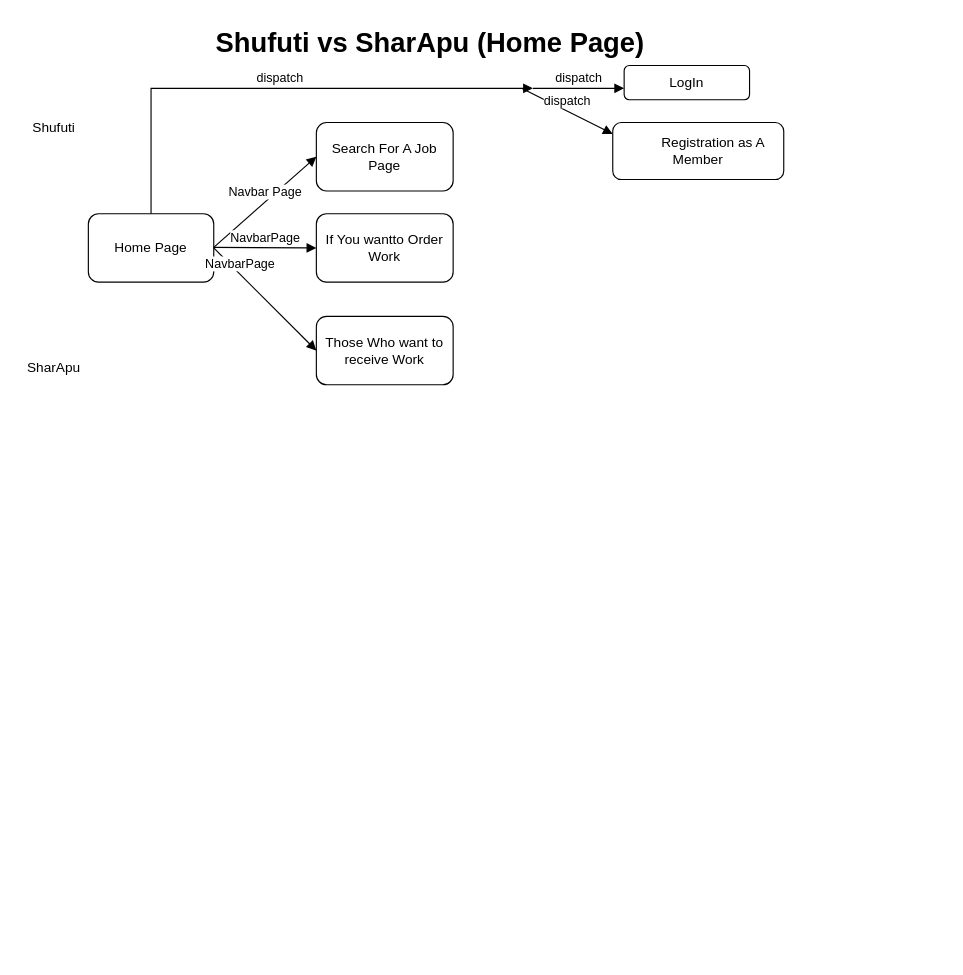
Above: System Comparison - Shufuti vs SharApu/Untitled Diagram.drawio in SumaiyaTarannumNoor/SharApu-Job-Portal (draw.io), before the change. Source tidied: cells renumbered, new cells numbered last; positions are measured from the earlier drawing's top-left corner, leaving out a move shared by most shapes. Both pictures are drawn from the tidied source at 114%, with x=0, y=0 at pixel (19, 19).
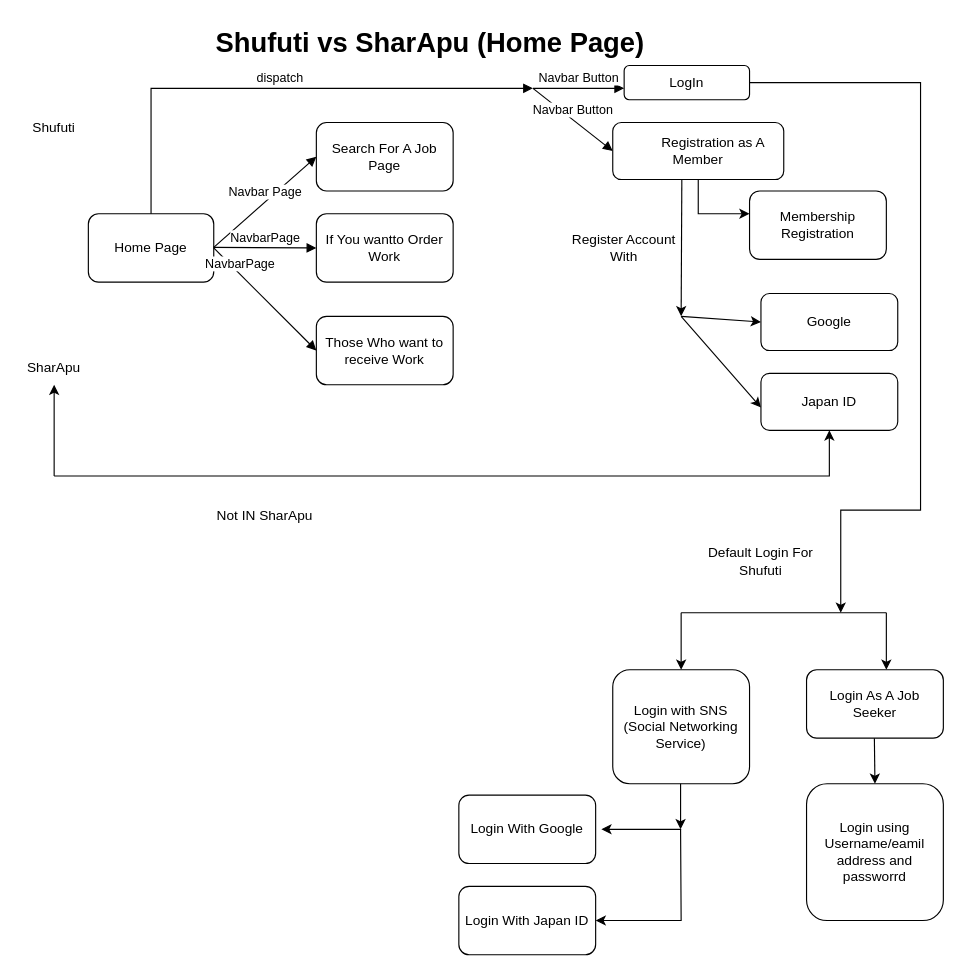
The same diagram, later.

Unchanged cells that the change refers to:
```xml
<mxCell id="3" value="SharApu" style="text;html=1;align=center;verticalAlign=middle;whiteSpace=wrap;rounded=0;" parent="1" vertex="1">
  <mxGeometry y="290" width="60" height="30" as="geometry" />
</mxCell>
<mxCell id="15" value="LogIn" style="rounded=1;whiteSpace=wrap;html=1;" parent="1" vertex="1">
  <mxGeometry x="530" y="40" width="110" height="30" as="geometry" />
</mxCell>
<mxCell id="16" value="&lt;span style=&quot;white-space: pre;&quot;&gt;&#9;&lt;/span&gt;Registration as A Member" style="rounded=1;whiteSpace=wrap;html=1;" parent="1" vertex="1">
  <mxGeometry x="520" y="90" width="150" height="50" as="geometry" />
</mxCell>
```

Diff of the diagram source:
```diff
@@
-    <mxCell id="13" value="dispatch" style="html=1;verticalAlign=bottom;endArrow=block;curved=0;rounded=0;" parent="1" edge="1">
+    <mxCell id="13" value="Navbar Button" style="html=1;verticalAlign=bottom;endArrow=block;curved=0;rounded=0;" parent="1" edge="1">
       <mxGeometry relative="1" as="geometry">
         <mxPoint x="450" y="60" as="sourcePoint" />
         <mxPoint x="530" y="60" as="targetPoint" />
       </mxGeometry>
     </mxCell>
-    <mxCell id="14" value="dispatch" style="html=1;verticalAlign=bottom;endArrow=block;curved=0;rounded=0;" parent="1" edge="1">
+    <mxCell id="14" value="Navbar Button" style="html=1;verticalAlign=bottom;endArrow=block;curved=0;rounded=0;entryX=0;entryY=0.5;entryDx=0;entryDy=0;" parent="1" edge="1" target="16">
       <mxGeometry relative="1" as="geometry">
-        <mxPoint x="440" y="60" as="sourcePoint" />
-        <mxPoint x="520" y="100" as="targetPoint" />
+        <mxPoint x="450" y="60" as="sourcePoint" />
       </mxGeometry>
     </mxCell>
@@
+    <mxCell id="17" style="endArrow=classic;html=1;rounded=0;exitX=0.5;exitY=1;exitDx=0;exitDy=0;" parent="1" edge="1" source="16">
+      <mxGeometry relative="1" as="geometry">
+        <mxPoint x="640" y="170" as="targetPoint" />
+        <Array as="points">
+          <mxPoint x="595" y="170" />
+        </Array>
+      </mxGeometry>
+    </mxCell>
+    <mxCell id="18" value="Membership Registration" style="rounded=1;whiteSpace=wrap;html=1;" parent="1" vertex="1">
+      <mxGeometry x="640" y="150" width="120" height="60" as="geometry" />
+    </mxCell>
+    <mxCell id="19" value="Google" style="rounded=1;whiteSpace=wrap;html=1;" parent="1" vertex="1">
+      <mxGeometry x="650" y="240" width="120" height="50" as="geometry" />
+    </mxCell>
+    <mxCell id="20" value="Japan ID" style="rounded=1;whiteSpace=wrap;html=1;" parent="1" vertex="1">
+      <mxGeometry x="650" y="310" width="120" height="50" as="geometry" />
+    </mxCell>
+    <mxCell id="21" style="endArrow=classic;html=1;rounded=0;exitX=0.404;exitY=1;exitDx=0;exitDy=0;exitPerimeter=0;" parent="1" edge="1" source="16">
+      <mxGeometry relative="1" as="geometry">
+        <mxPoint x="580" y="260" as="targetPoint" />
+      </mxGeometry>
+    </mxCell>
+    <mxCell id="22" style="endArrow=classic;html=1;rounded=0;entryX=0;entryY=0.5;entryDx=0;entryDy=0;" parent="1" edge="1" target="19">
+      <mxGeometry relative="1" as="geometry">
+        <mxPoint x="580" y="260" as="sourcePoint" />
+      </mxGeometry>
+    </mxCell>
+    <mxCell id="23" style="endArrow=classic;html=1;rounded=0;entryX=0;entryY=0.6;entryDx=0;entryDy=0;entryPerimeter=0;" parent="1" edge="1" target="20">
+      <mxGeometry relative="1" as="geometry">
+        <mxPoint x="580" y="260" as="sourcePoint" />
+      </mxGeometry>
+    </mxCell>
+    <mxCell id="24" value="Register Account With" style="text;html=1;align=center;verticalAlign=middle;whiteSpace=wrap;rounded=0;" parent="1" vertex="1">
+      <mxGeometry x="470" y="185" width="120" height="30" as="geometry" />
+    </mxCell>
+    <mxCell id="25" style="endArrow=classic;html=1;rounded=0;" parent="1" edge="1">
+      <mxGeometry relative="1" as="geometry">
+        <mxPoint x="30" y="400" as="sourcePoint" />
+        <mxPoint x="710" y="360" as="targetPoint" />
+        <Array as="points">
+          <mxPoint x="710" y="400" />
+        </Array>
+      </mxGeometry>
+    </mxCell>
+    <mxCell id="26" style="endArrow=classic;html=1;rounded=0;entryX=0.5;entryY=1;entryDx=0;entryDy=0;" parent="1" edge="1" target="3">
+      <mxGeometry relative="1" as="geometry">
+        <mxPoint x="30" y="400" as="sourcePoint" />
+      </mxGeometry>
+    </mxCell>
+    <mxCell id="27" value="Not IN SharApu" style="text;html=1;align=center;verticalAlign=middle;whiteSpace=wrap;rounded=0;" parent="1" vertex="1">
+      <mxGeometry x="160" y="420" width="110" height="30" as="geometry" />
+    </mxCell>
+    <mxCell id="28" style="endArrow=classic;html=1;rounded=0;exitX=1;exitY=0.5;exitDx=0;exitDy=0;" parent="1" edge="1" source="15">
+      <mxGeometry relative="1" as="geometry">
+        <mxPoint x="720" y="520" as="targetPoint" />
+        <Array as="points">
+          <mxPoint x="790" y="55" />
+          <mxPoint x="790" y="380" />
+          <mxPoint x="790" y="430" />
+          <mxPoint x="720" y="430" />
+        </Array>
+      </mxGeometry>
+    </mxCell>
+    <mxCell id="29" value="Default Login For Shufuti" style="text;html=1;align=center;verticalAlign=middle;whiteSpace=wrap;rounded=0;" parent="1" vertex="1">
+      <mxGeometry x="590" y="460" width="120" height="30" as="geometry" />
+    </mxCell>
+    <mxCell id="30" style="endArrow=classic;html=1;rounded=0;" parent="1" edge="1">
+      <mxGeometry relative="1" as="geometry">
+        <mxPoint x="760" y="520" as="sourcePoint" />
+        <mxPoint x="760" y="570" as="targetPoint" />
+      </mxGeometry>
+    </mxCell>
+    <mxCell id="31" style="endArrow=none;html=1;rounded=0;" parent="1" edge="1">
+      <mxGeometry relative="1" as="geometry">
+        <mxPoint x="580" y="520" as="sourcePoint" />
+        <mxPoint x="760" y="520" as="targetPoint" />
+      </mxGeometry>
+    </mxCell>
+    <mxCell id="32" style="endArrow=classic;html=1;rounded=0;" parent="1" edge="1">
+      <mxGeometry relative="1" as="geometry">
+        <mxPoint x="580" y="520" as="sourcePoint" />
+        <mxPoint x="580" y="570" as="targetPoint" />
+      </mxGeometry>
+    </mxCell>
+    <mxCell id="33" value="Login As A Job Seeker" style="rounded=1;whiteSpace=wrap;html=1;" parent="1" vertex="1">
+      <mxGeometry x="690" y="570" width="120" height="60" as="geometry" />
+    </mxCell>
+    <mxCell id="34" value="Login using Username/eamil address and passworrd" style="rounded=1;whiteSpace=wrap;html=1;" parent="1" vertex="1">
+      <mxGeometry x="690" y="670" width="120" height="120" as="geometry" />
+    </mxCell>
+    <mxCell id="35" style="endArrow=classic;html=1;rounded=0;entryX=0.5;entryY=0;entryDx=0;entryDy=0;" parent="1" edge="1" target="34">
+      <mxGeometry relative="1" as="geometry">
+        <mxPoint x="749.5" y="630" as="sourcePoint" />
+      </mxGeometry>
+    </mxCell>
+    <mxCell id="36" value="Login with SNS (Social Networking Service)" style="rounded=1;whiteSpace=wrap;html=1;" parent="1" vertex="1">
+      <mxGeometry x="520" y="570" width="120" height="100" as="geometry" />
+    </mxCell>
+    <mxCell id="37" style="endArrow=classic;html=1;rounded=0;" parent="1" edge="1">
+      <mxGeometry relative="1" as="geometry">
+        <mxPoint x="579.5" y="670" as="sourcePoint" />
+        <mxPoint x="579.5" y="710" as="targetPoint" />
+      </mxGeometry>
+    </mxCell>
+    <mxCell id="38" style="endArrow=classic;html=1;rounded=0;" parent="1" edge="1">
+      <mxGeometry relative="1" as="geometry">
+        <mxPoint x="580" y="710" as="sourcePoint" />
+        <mxPoint x="510" y="710" as="targetPoint" />
+      </mxGeometry>
+    </mxCell>
+    <mxCell id="39" style="endArrow=classic;html=1;rounded=0;entryX=1;entryY=0.5;entryDx=0;entryDy=0;" parent="1" edge="1" target="41">
+      <mxGeometry relative="1" as="geometry">
+        <mxPoint x="579.5" y="710" as="sourcePoint" />
+        <Array as="points">
+          <mxPoint x="580" y="790" />
+        </Array>
+      </mxGeometry>
+    </mxCell>
+    <mxCell id="40" value="Login With Google" style="rounded=1;whiteSpace=wrap;html=1;" parent="1" vertex="1">
+      <mxGeometry x="385" y="680" width="120" height="60" as="geometry" />
+    </mxCell>
+    <mxCell id="41" value="Login With Japan ID" style="rounded=1;whiteSpace=wrap;html=1;" parent="1" vertex="1">
+      <mxGeometry x="385" y="760" width="120" height="60" as="geometry" />
+    </mxCell>
```
